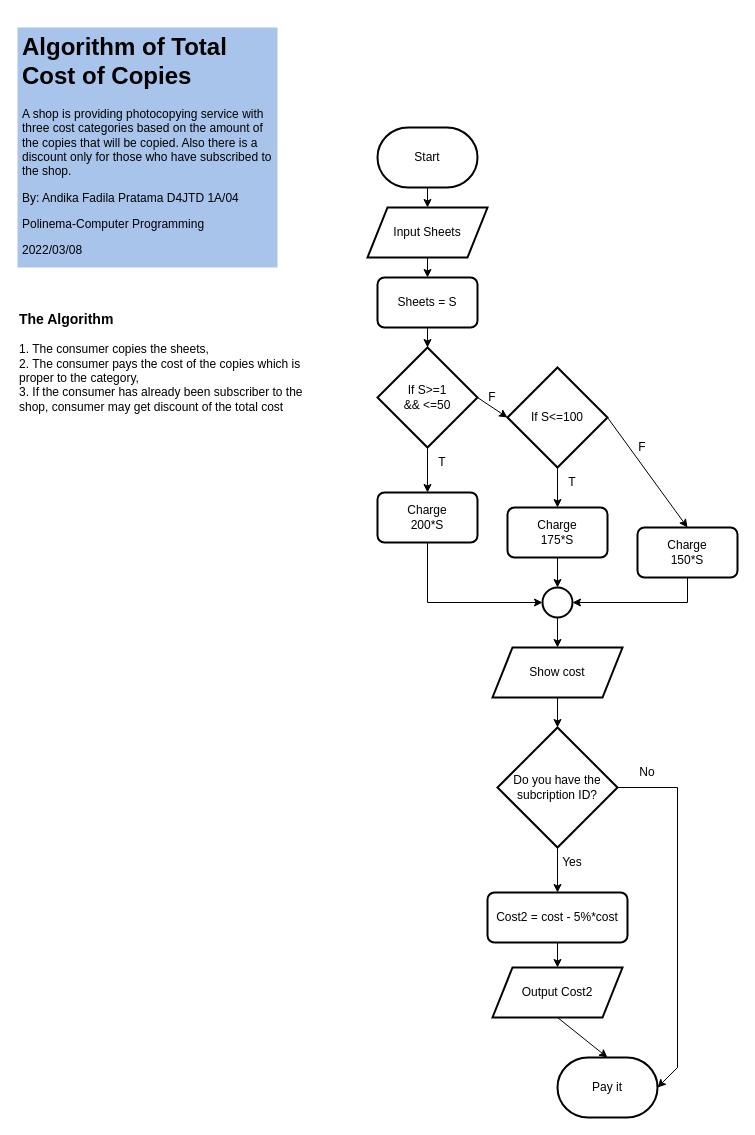
Before: Algorithm of Total Cost of Copies.drawio in troders34/troders34, a draw.io diagram. Source tidied: cells renumbered, new cells numbered last; positions are measured from the earlier drawing's top-left corner, leaving out a move shared by most shapes. Both pictures are drawn from the tidied source at 100%, with x=0, y=0 at pixel (17, 27).
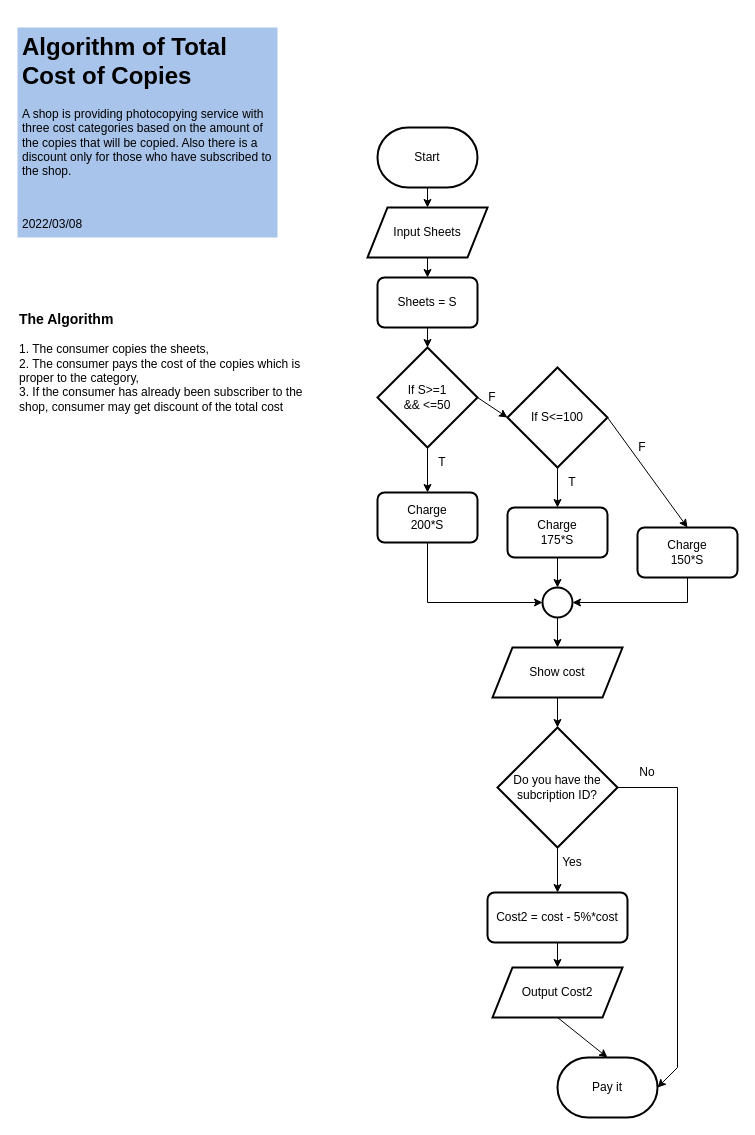
The same diagram, later.

Change to the diagram source:
```diff
@@
-    <mxCell id="51" value="&lt;h1&gt;Algorithm of Total Cost of Copies&lt;br&gt;&lt;/h1&gt;&lt;p&gt;A shop is providing photocopying service with three cost categories based on the amount of the copies that will be copied. Also there is a discount only for those who have subscribed to the shop.&lt;/p&gt;&lt;p&gt;By: Andika Fadila Pratama D4JTD 1A/04 &lt;br&gt;&lt;/p&gt;&lt;p&gt;Polinema-Computer Programming&lt;/p&gt;&lt;p&gt;2022/03/08&lt;br&gt;&lt;/p&gt;" style="text;html=1;strokeColor=none;fillColor=#A9C4EB;spacing=5;spacingTop=-20;whiteSpace=wrap;overflow=hidden;rounded=0;" parent="1" vertex="1">
-      <mxGeometry width="260" height="240" as="geometry" />
+    <mxCell id="51" value="&lt;h1&gt;Algorithm of Total Cost of Copies&lt;br&gt;&lt;/h1&gt;&lt;p&gt;A shop is providing photocopying service with three cost categories based on the amount of the copies that will be copied. Also there is a discount only for those who have subscribed to the shop.&lt;/p&gt;&lt;p&gt;&lt;br&gt;&lt;/p&gt;&lt;p&gt;2022/03/08&lt;br&gt;&lt;/p&gt;" style="text;html=1;strokeColor=none;fillColor=#A9C4EB;spacing=5;spacingTop=-20;whiteSpace=wrap;overflow=hidden;rounded=0;" parent="1" vertex="1">
+      <mxGeometry width="260" height="210" as="geometry" />
     </mxCell>
```
